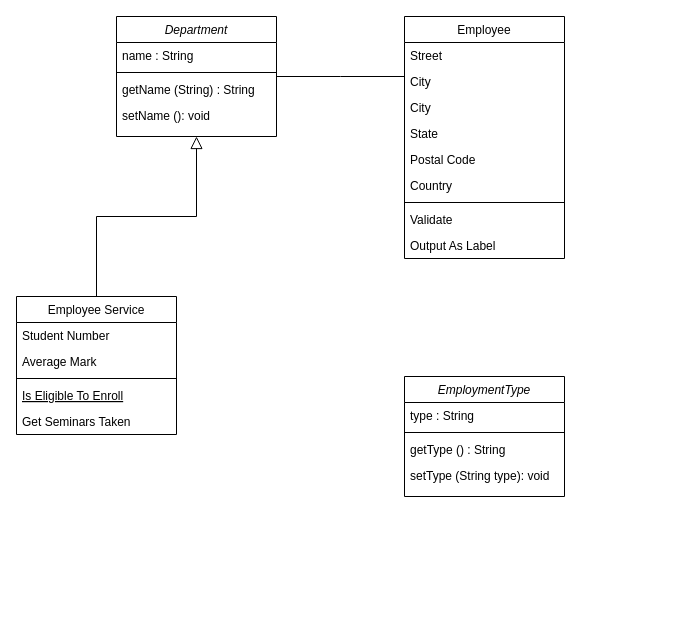
Before: Class Diagram.drawio in ErsyaHasby/PBO-Pertemuan3, a draw.io diagram. Source tidied: cells renumbered, new cells numbered last; positions are measured from the earlier drawing's top-left corner, leaving out a move shared by most shapes. Both pictures are drawn from the tidied source at 100%, with x=0, y=0 at pixel (16, 16).
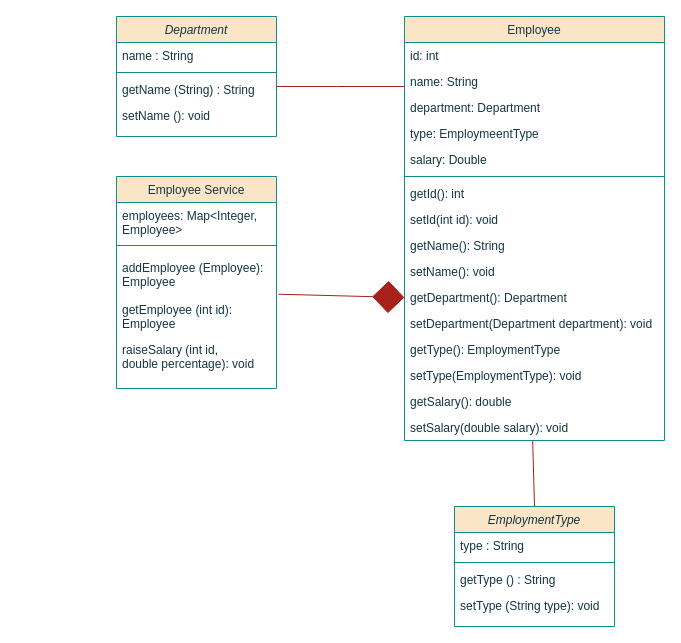
After the change.

The edit, as a diff of the source:
```diff
@@
-    <mxCell id="2" value="Department" style="swimlane;fontStyle=2;align=center;verticalAlign=top;horizontal=1;startSize=26;rounded=0;shadow=0;strokeWidth=1;" parent="1" vertex="1">
+    <mxCell id="2" value="Department" style="swimlane;fontStyle=2;align=center;verticalAlign=top;horizontal=1;startSize=26;rounded=0;shadow=0;strokeWidth=1;labelBackgroundColor=none;fillColor=#FAE5C7;strokeColor=#0F8B8D;fontColor=#143642;" parent="1" vertex="1">
       <mxGeometry x="100" width="160" height="120" as="geometry" />
     </mxCell>
-    <mxCell id="3" value="name : String" style="text;align=left;verticalAlign=top;spacingLeft=4;spacingRight=4;overflow=hidden;" parent="2" vertex="1">
+    <mxCell id="3" value="name : String" style="text;align=left;verticalAlign=top;spacingLeft=4;spacingRight=4;overflow=hidden;labelBackgroundColor=none;fontColor=#143642;" parent="2" vertex="1">
       <mxGeometry y="26" width="160" height="26" as="geometry" />
     </mxCell>
-    <mxCell id="4" style="line;html=1;strokeWidth=1;align=left;verticalAlign=middle;spacingTop=-1;spacingLeft=3;spacingRight=3;labelPosition=right;" parent="2" vertex="1">
+    <mxCell id="4" style="line;html=1;strokeWidth=1;align=left;verticalAlign=middle;spacingTop=-1;spacingLeft=3;spacingRight=3;labelPosition=right;labelBackgroundColor=none;fillColor=#FAE5C7;strokeColor=#0F8B8D;fontColor=#143642;" parent="2" vertex="1">
       <mxGeometry y="52" width="160" height="8" as="geometry" />
     </mxCell>
-    <mxCell id="5" value="getName (String) : String" style="text;align=left;verticalAlign=top;spacingLeft=4;spacingRight=4;overflow=hidden;" parent="2" vertex="1">
+    <mxCell id="5" value="getName (String) : String" style="text;align=left;verticalAlign=top;spacingLeft=4;spacingRight=4;overflow=hidden;labelBackgroundColor=none;fontColor=#143642;" parent="2" vertex="1">
       <mxGeometry y="60" width="160" height="26" as="geometry" />
     </mxCell>
-    <mxCell id="6" value="setName (): void" style="text;align=left;verticalAlign=top;spacingLeft=4;spacingRight=4;overflow=hidden;" parent="2" vertex="1">
+    <mxCell id="6" value="setName (): void" style="text;align=left;verticalAlign=top;spacingLeft=4;spacingRight=4;overflow=hidden;labelBackgroundColor=none;fontColor=#143642;" parent="2" vertex="1">
       <mxGeometry y="86" width="160" height="26" as="geometry" />
     </mxCell>
-    <mxCell id="7" value="Employee Service" style="swimlane;fontStyle=0;align=center;verticalAlign=top;horizontal=1;startSize=26;rounded=0;shadow=0;strokeWidth=1;" parent="1" vertex="1">
-      <mxGeometry y="280" width="160" height="138" as="geometry" />
+    <mxCell id="7" value="Employee Service" style="swimlane;fontStyle=0;align=center;verticalAlign=top;horizontal=1;startSize=26;rounded=0;shadow=0;strokeWidth=1;labelBackgroundColor=none;fillColor=#FAE5C7;strokeColor=#0F8B8D;fontColor=#143642;" parent="1" vertex="1">
+      <mxGeometry x="100" y="160" width="160" height="212" as="geometry" />
     </mxCell>
-    <mxCell id="8" value="Student Number" style="text;align=left;verticalAlign=top;spacingLeft=4;spacingRight=4;overflow=hidden;" parent="7" vertex="1">
-      <mxGeometry y="26" width="160" height="26" as="geometry" />
+    <mxCell id="8" value="employees: Map&lt;Integer, &#10;Employee&gt;" style="text;align=left;verticalAlign=top;spacingLeft=4;spacingRight=4;overflow=hidden;labelBackgroundColor=none;fontColor=#143642;" parent="7" vertex="1">
+      <mxGeometry y="26" width="160" height="34" as="geometry" />
     </mxCell>
-    <mxCell id="9" value="Average Mark" style="text;align=left;verticalAlign=top;spacingLeft=4;spacingRight=4;overflow=hidden;rounded=0;shadow=0;html=0;" parent="7" vertex="1">
-      <mxGeometry y="52" width="160" height="26" as="geometry" />
-    </mxCell>
-    <mxCell id="10" style="line;html=1;strokeWidth=1;align=left;verticalAlign=middle;spacingTop=-1;spacingLeft=3;spacingRight=3;labelPosition=right;" parent="7" vertex="1">
-      <mxGeometry y="78" width="160" height="8" as="geometry" />
+    <mxCell id="10" style="line;html=1;strokeWidth=1;align=left;verticalAlign=middle;spacingTop=-1;spacingLeft=3;spacingRight=3;labelPosition=right;labelBackgroundColor=none;fillColor=#FAE5C7;strokeColor=#0F8B8D;fontColor=#143642;" parent="7" vertex="1">
+      <mxGeometry y="60" width="160" height="18" as="geometry" />
     </mxCell>
-    <mxCell id="11" value="Is Eligible To Enroll" style="text;align=left;verticalAlign=top;spacingLeft=4;spacingRight=4;overflow=hidden;fontStyle=4;" parent="7" vertex="1">
-      <mxGeometry y="86" width="160" height="26" as="geometry" />
-    </mxCell>
-    <mxCell id="12" value="Get Seminars Taken" style="text;align=left;verticalAlign=top;spacingLeft=4;spacingRight=4;overflow=hidden;points=[[0,0.5],[1,0.5]];portConstraint=eastwest;" parent="7" vertex="1">
-      <mxGeometry y="112" width="160" height="26" as="geometry" />
+    <mxCell id="12" value="addEmployee (Employee): &#10;Employee" style="text;align=left;verticalAlign=top;spacingLeft=4;spacingRight=4;overflow=hidden;points=[[0,0.5],[1,0.5]];portConstraint=eastwest;labelBackgroundColor=none;fontColor=#143642;" parent="7" vertex="1">
+      <mxGeometry y="78" width="160" height="42" as="geometry" />
     </mxCell>
-    <mxCell id="13" style="endArrow=block;endSize=10;endFill=0;shadow=0;strokeWidth=1;rounded=0;curved=0;edgeStyle=elbowEdgeStyle;elbow=vertical;" parent="1" edge="1" source="7" target="2">
-      <mxGeometry relative="1" as="geometry" />
-    </mxCell>
+    <mxCell id="30" value="getEmployee (int id): &#10;Employee" style="text;align=left;verticalAlign=top;spacingLeft=4;spacingRight=4;overflow=hidden;labelBackgroundColor=none;fontColor=#143642;" parent="7" vertex="1">
+      <mxGeometry y="120" width="160" height="40" as="geometry" />
+    </mxCell>
+    <mxCell id="31" value="raiseSalary (int id, &#10;double percentage): void&#10;" style="text;align=left;verticalAlign=top;spacingLeft=4;spacingRight=4;overflow=hidden;labelBackgroundColor=none;fontColor=#143642;" parent="7" vertex="1">
+      <mxGeometry y="160" width="160" height="40" as="geometry" />
+    </mxCell>
-    <mxCell id="14" value="Employee" style="swimlane;fontStyle=0;align=center;verticalAlign=top;horizontal=1;startSize=26;rounded=0;shadow=0;strokeWidth=1;" parent="1" vertex="1">
-      <mxGeometry x="388" width="160" height="242" as="geometry" />
+    <mxCell id="14" value="Employee" style="swimlane;fontStyle=0;align=center;verticalAlign=top;horizontal=1;startSize=26;rounded=0;shadow=0;strokeWidth=1;labelBackgroundColor=none;fillColor=#FAE5C7;strokeColor=#0F8B8D;fontColor=#143642;" parent="1" vertex="1">
+      <mxGeometry x="388" width="260" height="424" as="geometry" />
     </mxCell>
-    <mxCell id="15" value="Street" style="text;align=left;verticalAlign=top;spacingLeft=4;spacingRight=4;overflow=hidden;" parent="14" vertex="1">
-      <mxGeometry y="26" width="160" height="26" as="geometry" />
+    <mxCell id="15" value="id: int" style="text;align=left;verticalAlign=top;spacingLeft=4;spacingRight=4;overflow=hidden;labelBackgroundColor=none;fontColor=#143642;" parent="14" vertex="1">
+      <mxGeometry y="26" width="260" height="26" as="geometry" />
     </mxCell>
-    <mxCell id="16" value="City" style="text;align=left;verticalAlign=top;spacingLeft=4;spacingRight=4;overflow=hidden;rounded=0;shadow=0;html=0;" parent="14" vertex="1">
-      <mxGeometry y="52" width="160" height="26" as="geometry" />
+    <mxCell id="16" value="name: String" style="text;align=left;verticalAlign=top;spacingLeft=4;spacingRight=4;overflow=hidden;rounded=0;shadow=0;html=0;labelBackgroundColor=none;fontColor=#143642;" parent="14" vertex="1">
+      <mxGeometry y="52" width="260" height="26" as="geometry" />
     </mxCell>
-    <mxCell id="17" value="City" style="text;align=left;verticalAlign=top;spacingLeft=4;spacingRight=4;overflow=hidden;rounded=0;shadow=0;html=0;" parent="14" vertex="1">
-      <mxGeometry y="78" width="160" height="26" as="geometry" />
+    <mxCell id="17" value="department: Department" style="text;align=left;verticalAlign=top;spacingLeft=4;spacingRight=4;overflow=hidden;rounded=0;shadow=0;html=0;labelBackgroundColor=none;fontColor=#143642;" parent="14" vertex="1">
+      <mxGeometry y="78" width="260" height="26" as="geometry" />
     </mxCell>
-    <mxCell id="18" value="State" style="text;align=left;verticalAlign=top;spacingLeft=4;spacingRight=4;overflow=hidden;rounded=0;shadow=0;html=0;" parent="14" vertex="1">
-      <mxGeometry y="104" width="160" height="26" as="geometry" />
+    <mxCell id="18" value="type: EmploymeentType" style="text;align=left;verticalAlign=top;spacingLeft=4;spacingRight=4;overflow=hidden;rounded=0;shadow=0;html=0;labelBackgroundColor=none;fontColor=#143642;" parent="14" vertex="1">
+      <mxGeometry y="104" width="260" height="26" as="geometry" />
     </mxCell>
-    <mxCell id="19" value="Postal Code" style="text;align=left;verticalAlign=top;spacingLeft=4;spacingRight=4;overflow=hidden;rounded=0;shadow=0;html=0;" parent="14" vertex="1">
-      <mxGeometry y="130" width="160" height="26" as="geometry" />
+    <mxCell id="19" value="salary: Double" style="text;align=left;verticalAlign=top;spacingLeft=4;spacingRight=4;overflow=hidden;rounded=0;shadow=0;html=0;labelBackgroundColor=none;fontColor=#143642;" parent="14" vertex="1">
+      <mxGeometry y="130" width="260" height="26" as="geometry" />
     </mxCell>
-    <mxCell id="20" value="Country" style="text;align=left;verticalAlign=top;spacingLeft=4;spacingRight=4;overflow=hidden;rounded=0;shadow=0;html=0;" parent="14" vertex="1">
-      <mxGeometry y="156" width="160" height="26" as="geometry" />
-    </mxCell>
-    <mxCell id="21" style="line;html=1;strokeWidth=1;align=left;verticalAlign=middle;spacingTop=-1;spacingLeft=3;spacingRight=3;labelPosition=right;" parent="14" vertex="1">
-      <mxGeometry y="182" width="160" height="8" as="geometry" />
+    <mxCell id="21" style="line;html=1;strokeWidth=1;align=left;verticalAlign=middle;spacingTop=-1;spacingLeft=3;spacingRight=3;labelPosition=right;labelBackgroundColor=none;fillColor=#FAE5C7;strokeColor=#0F8B8D;fontColor=#143642;" parent="14" vertex="1">
+      <mxGeometry y="156" width="260" height="8" as="geometry" />
     </mxCell>
-    <mxCell id="22" value="Validate" style="text;align=left;verticalAlign=top;spacingLeft=4;spacingRight=4;overflow=hidden;" parent="14" vertex="1">
-      <mxGeometry y="190" width="160" height="26" as="geometry" />
+    <mxCell id="22" value="getId(): int" style="text;align=left;verticalAlign=top;spacingLeft=4;spacingRight=4;overflow=hidden;labelBackgroundColor=none;fontColor=#143642;" parent="14" vertex="1">
+      <mxGeometry y="164" width="260" height="26" as="geometry" />
     </mxCell>
-    <mxCell id="23" value="Output As Label" style="text;align=left;verticalAlign=top;spacingLeft=4;spacingRight=4;overflow=hidden;" parent="14" vertex="1">
-      <mxGeometry y="216" width="160" height="26" as="geometry" />
+    <mxCell id="23" value="setId(int id): void" style="text;align=left;verticalAlign=top;spacingLeft=4;spacingRight=4;overflow=hidden;labelBackgroundColor=none;fontColor=#143642;" parent="14" vertex="1">
+      <mxGeometry y="190" width="260" height="26" as="geometry" />
     </mxCell>
+    <mxCell id="32" value="getName(): String" style="text;align=left;verticalAlign=top;spacingLeft=4;spacingRight=4;overflow=hidden;labelBackgroundColor=none;fontColor=#143642;" parent="14" vertex="1">
+      <mxGeometry y="216" width="260" height="26" as="geometry" />
+    </mxCell>
+    <mxCell id="33" value="setName(): void" style="text;align=left;verticalAlign=top;spacingLeft=4;spacingRight=4;overflow=hidden;labelBackgroundColor=none;fontColor=#143642;" parent="14" vertex="1">
+      <mxGeometry y="242" width="260" height="26" as="geometry" />
+    </mxCell>
+    <mxCell id="34" value="getDepartment(): Department" style="text;align=left;verticalAlign=top;spacingLeft=4;spacingRight=4;overflow=hidden;points=[[0,0.5],[1,0.5]];portConstraint=eastwest;labelBackgroundColor=none;fontColor=#143642;" parent="14" vertex="1">
+      <mxGeometry y="268" width="260" height="26" as="geometry" />
+    </mxCell>
+    <mxCell id="35" value="setDepartment(Department department): void" style="text;align=left;verticalAlign=top;spacingLeft=4;spacingRight=4;overflow=hidden;labelBackgroundColor=none;fontColor=#143642;" parent="14" vertex="1">
+      <mxGeometry y="294" width="260" height="26" as="geometry" />
+    </mxCell>
+    <mxCell id="36" value="getType(): EmploymentType" style="text;align=left;verticalAlign=top;spacingLeft=4;spacingRight=4;overflow=hidden;labelBackgroundColor=none;fontColor=#143642;" parent="14" vertex="1">
+      <mxGeometry y="320" width="260" height="26" as="geometry" />
+    </mxCell>
+    <mxCell id="37" value="setType(EmploymentType): void" style="text;align=left;verticalAlign=top;spacingLeft=4;spacingRight=4;overflow=hidden;labelBackgroundColor=none;fontColor=#143642;" parent="14" vertex="1">
+      <mxGeometry y="346" width="260" height="26" as="geometry" />
+    </mxCell>
+    <mxCell id="38" value="getSalary(): double" style="text;align=left;verticalAlign=top;spacingLeft=4;spacingRight=4;overflow=hidden;labelBackgroundColor=none;fontColor=#143642;" parent="14" vertex="1">
+      <mxGeometry y="372" width="260" height="26" as="geometry" />
+    </mxCell>
+    <mxCell id="39" value="setSalary(double salary): void" style="text;align=left;verticalAlign=top;spacingLeft=4;spacingRight=4;overflow=hidden;points=[[0,0.5],[1,0.5]];portConstraint=eastwest;labelBackgroundColor=none;fontColor=#143642;" parent="14" vertex="1">
+      <mxGeometry y="398" width="260" height="26" as="geometry" />
+    </mxCell>
-    <mxCell id="24" style="endArrow=none;shadow=0;strokeWidth=1;rounded=0;curved=0;endFill=0;edgeStyle=elbowEdgeStyle;elbow=vertical;shape=wire;" parent="1" edge="1" source="2" target="14">
+    <mxCell id="24" style="endArrow=none;shadow=0;strokeWidth=1;rounded=0;curved=0;endFill=0;edgeStyle=elbowEdgeStyle;elbow=vertical;shape=wire;labelBackgroundColor=none;strokeColor=#A8201A;fontColor=default;" parent="1" edge="1" source="2" target="14">
       <mxGeometry x="0.5" y="41" relative="1" as="geometry">
+        <Array as="points">
+          <mxPoint x="320" y="70" />
+        </Array>
         <mxPoint x="-40" y="32" as="offset" />
       </mxGeometry>
     </mxCell>
-    <mxCell id="25" value="EmploymentType" style="swimlane;fontStyle=2;align=center;verticalAlign=top;horizontal=1;startSize=26;rounded=0;shadow=0;strokeWidth=1;" parent="1" vertex="1">
-      <mxGeometry x="388" y="360" width="160" height="120" as="geometry" />
+    <mxCell id="25" value="EmploymentType" style="swimlane;fontStyle=2;align=center;verticalAlign=top;horizontal=1;startSize=26;rounded=0;shadow=0;strokeWidth=1;labelBackgroundColor=none;fillColor=#FAE5C7;strokeColor=#0F8B8D;fontColor=#143642;" parent="1" vertex="1">
+      <mxGeometry x="438" y="490" width="160" height="120" as="geometry" />
     </mxCell>
-    <mxCell id="26" value="type : String" style="text;align=left;verticalAlign=top;spacingLeft=4;spacingRight=4;overflow=hidden;" parent="25" vertex="1">
+    <mxCell id="26" value="type : String" style="text;align=left;verticalAlign=top;spacingLeft=4;spacingRight=4;overflow=hidden;labelBackgroundColor=none;fontColor=#143642;" parent="25" vertex="1">
       <mxGeometry y="26" width="160" height="26" as="geometry" />
     </mxCell>
-    <mxCell id="27" style="line;html=1;strokeWidth=1;align=left;verticalAlign=middle;spacingTop=-1;spacingLeft=3;spacingRight=3;labelPosition=right;" parent="25" vertex="1">
+    <mxCell id="27" style="line;html=1;strokeWidth=1;align=left;verticalAlign=middle;spacingTop=-1;spacingLeft=3;spacingRight=3;labelPosition=right;labelBackgroundColor=none;fillColor=#FAE5C7;strokeColor=#0F8B8D;fontColor=#143642;" parent="25" vertex="1">
       <mxGeometry y="52" width="160" height="8" as="geometry" />
     </mxCell>
-    <mxCell id="28" value="getType () : String" style="text;align=left;verticalAlign=top;spacingLeft=4;spacingRight=4;overflow=hidden;" parent="25" vertex="1">
+    <mxCell id="28" value="getType () : String" style="text;align=left;verticalAlign=top;spacingLeft=4;spacingRight=4;overflow=hidden;labelBackgroundColor=none;fontColor=#143642;" parent="25" vertex="1">
       <mxGeometry y="60" width="160" height="26" as="geometry" />
     </mxCell>
-    <mxCell id="29" value="setType (String type): void" style="text;align=left;verticalAlign=top;spacingLeft=4;spacingRight=4;overflow=hidden;" parent="25" vertex="1">
+    <mxCell id="29" value="setType (String type): void" style="text;align=left;verticalAlign=top;spacingLeft=4;spacingRight=4;overflow=hidden;labelBackgroundColor=none;fontColor=#143642;" parent="25" vertex="1">
       <mxGeometry y="86" width="160" height="26" as="geometry" />
     </mxCell>
+    <mxCell id="40" style="endArrow=none;html=1;rounded=0;strokeColor=#A8201A;fontColor=default;exitX=0.5;exitY=0;exitDx=0;exitDy=0;entryX=0.493;entryY=1.016;entryDx=0;entryDy=0;entryPerimeter=0;labelBackgroundColor=none;" parent="1" edge="1" source="25" target="39">
+      <mxGeometry relative="1" as="geometry" />
+    </mxCell>
+    <mxCell id="41" style="endArrow=diamond;html=1;rounded=0;strokeColor=#A8201A;fontColor=default;exitX=1.012;exitY=0.946;exitDx=0;exitDy=0;exitPerimeter=0;entryX=0;entryY=0.5;entryDx=0;entryDy=0;endFill=1;endSize=30;labelBackgroundColor=none;" parent="1" edge="1" source="12" target="34">
+      <mxGeometry relative="1" as="geometry" />
+    </mxCell>
```
